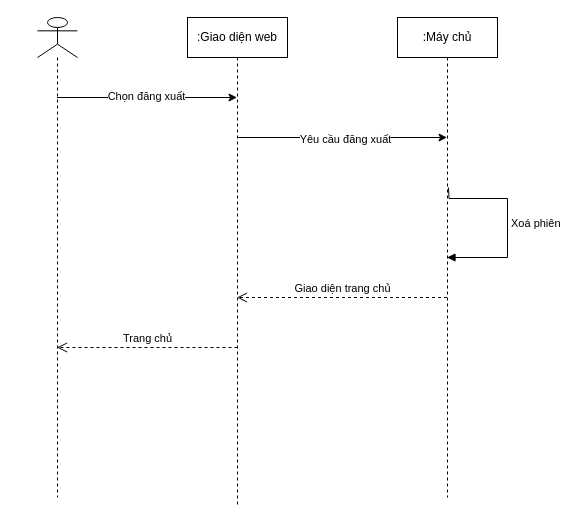
anhduy7723/web_basic- keeps this draw.io diagram as page "Đăng xuất" (10 of 11) of doan_tn.drawio. Above is the earlier version. Source tidied: cells renumbered, new cells numbered last; positions are measured from the earlier drawing's top-left corner, leaving out a move shared by most shapes. Both pictures are drawn from the tidied source at 100%, with x=0, y=0 at pixel (37, 17).
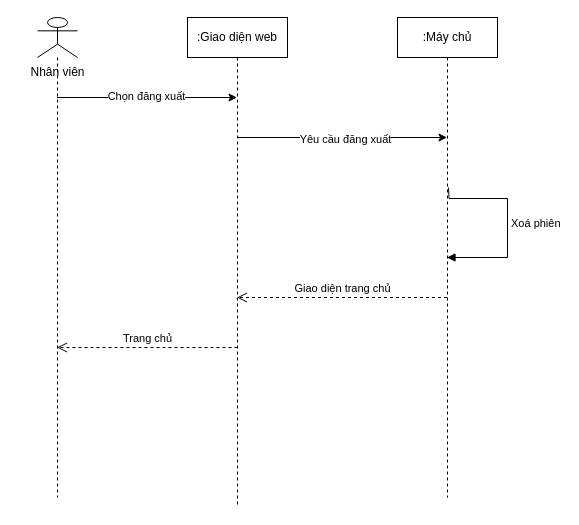
The same diagram, later.

Commit message:
Đăng nhập

Change to the diagram source:
```diff
@@
 <mxGraphModel>
   <root>
     <mxCell id="0" />
     <mxCell id="1" parent="0" />
     <mxCell id="2" style="shape=umlLifeline;perimeter=lifelinePerimeter;whiteSpace=wrap;html=1;outlineConnect=0;portConstraint=eastwest;newEdgeStyle={&quot;curved&quot;:0,&quot;rounded&quot;:0};participant=umlActor;" parent="1" vertex="1">
       <mxGeometry width="40" height="480" as="geometry" />
     </mxCell>
     <mxCell id="3" value=":Giao diện web" style="shape=umlLifeline;perimeter=lifelinePerimeter;whiteSpace=wrap;html=1;newEdgeStyle={&quot;curved&quot;:0,&quot;rounded&quot;:0};" parent="1" vertex="1">
       <mxGeometry x="150" width="100" height="490" as="geometry" />
     </mxCell>
     <mxCell id="4" style="endArrow=classic;html=1;rounded=0;" parent="1" edge="1">
       <mxGeometry relative="1" as="geometry">
         <mxPoint x="19.5" y="80" as="sourcePoint" />
         <mxPoint x="199.5" y="80" as="targetPoint" />
       </mxGeometry>
     </mxCell>
     <mxCell id="5" value="Chọn đăng xuất" style="edgeLabel;html=1;align=center;verticalAlign=middle;" parent="4" vertex="1">
       <mxGeometry x="-0.02" y="2" relative="1" as="geometry">
         <mxPoint x="1" as="offset" />
       </mxGeometry>
     </mxCell>
     <mxCell id="6" value=":Máy chủ" style="shape=umlLifeline;perimeter=lifelinePerimeter;whiteSpace=wrap;html=1;outlineConnect=0;portConstraint=eastwest;newEdgeStyle={&quot;curved&quot;:0,&quot;rounded&quot;:0};" parent="1" vertex="1">
       <mxGeometry x="360" width="100" height="480" as="geometry" />
     </mxCell>
     <mxCell id="7" style="endArrow=classic;html=1;rounded=0;" parent="1" edge="1">
       <mxGeometry relative="1" as="geometry">
         <mxPoint x="199.5" y="120" as="sourcePoint" />
         <mxPoint x="409.5" y="120" as="targetPoint" />
       </mxGeometry>
     </mxCell>
     <mxCell id="8" value="Yêu cầu đăng xuất" style="edgeLabel;html=1;align=center;verticalAlign=middle;" parent="7" vertex="1">
       <mxGeometry x="0.02" y="-1" relative="1" as="geometry">
         <mxPoint x="1" as="offset" />
       </mxGeometry>
     </mxCell>
     <mxCell id="9" value="Xoá phiên" style="html=1;align=left;spacingLeft=2;endArrow=block;rounded=0;edgeStyle=orthogonalEdgeStyle;curved=0;rounded=0;" parent="1" edge="1" target="6">
       <mxGeometry relative="1" as="geometry">
         <mxPoint x="411" y="170" as="sourcePoint" />
       </mxGeometry>
     </mxCell>
     <mxCell id="10" value="Giao diện trang chủ" style="html=1;verticalAlign=bottom;endArrow=open;dashed=1;endSize=8;curved=0;rounded=0;" parent="1" edge="1">
       <mxGeometry relative="1" as="geometry">
         <mxPoint x="409.5" y="280" as="sourcePoint" />
         <mxPoint x="199.5" y="280" as="targetPoint" />
       </mxGeometry>
     </mxCell>
     <mxCell id="11" value="Trang chủ" style="html=1;verticalAlign=bottom;endArrow=open;dashed=1;endSize=8;curved=0;rounded=0;" parent="1" edge="1" target="2">
       <mxGeometry relative="1" as="geometry">
         <mxPoint x="200" y="330" as="sourcePoint" />
       </mxGeometry>
     </mxCell>
+    <mxCell id="12" value="Nhân viên" style="text;html=1;align=center;verticalAlign=middle;strokeColor=none;fillColor=none;" parent="1" vertex="1">
+      <mxGeometry x="-20" y="40" width="80" height="30" as="geometry" />
+    </mxCell>
   </root>
 </mxGraphModel>
```
